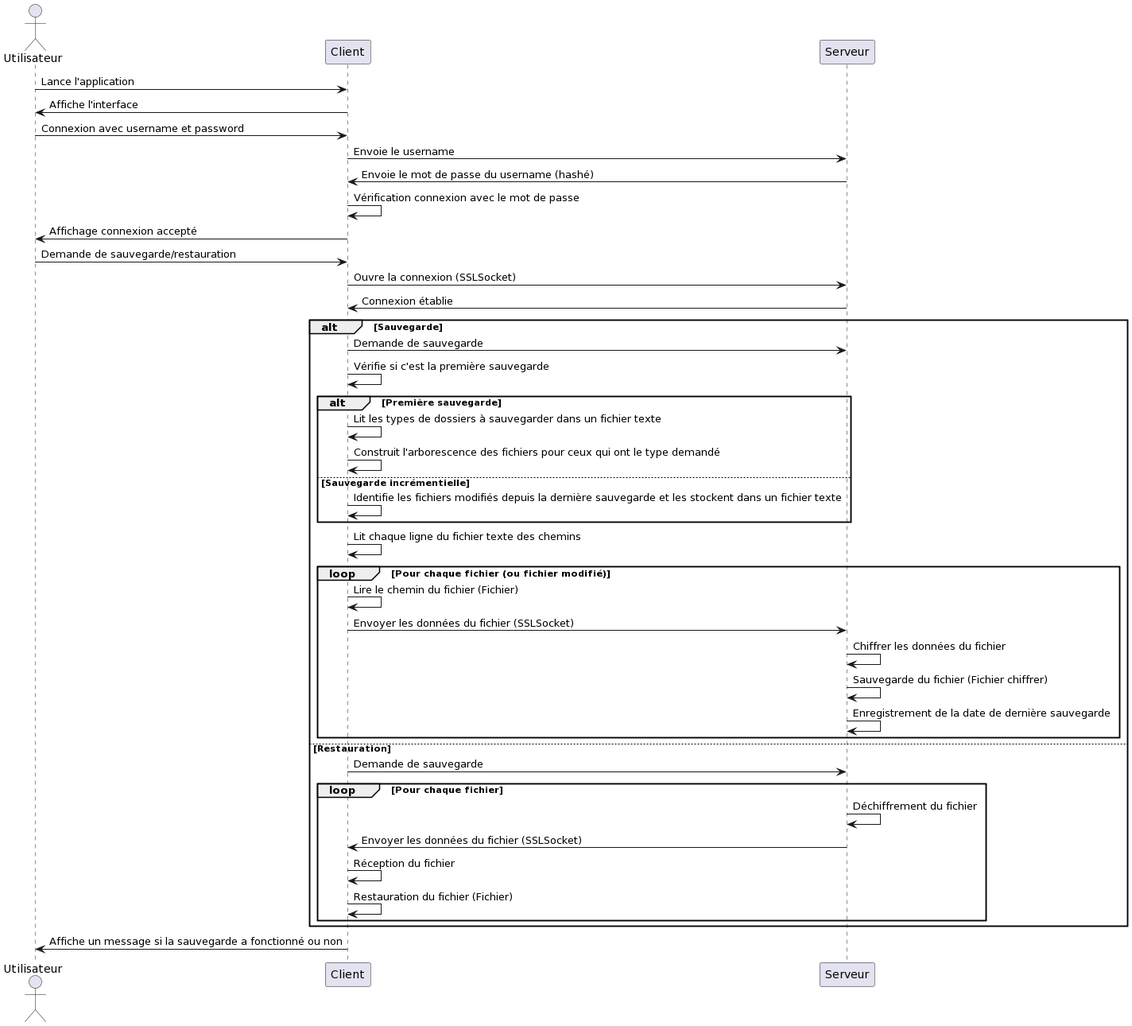
Earlier version of the PlantUML export diagramme_sequence.png (Skouuu/App_Sauvegarde_Serveur).
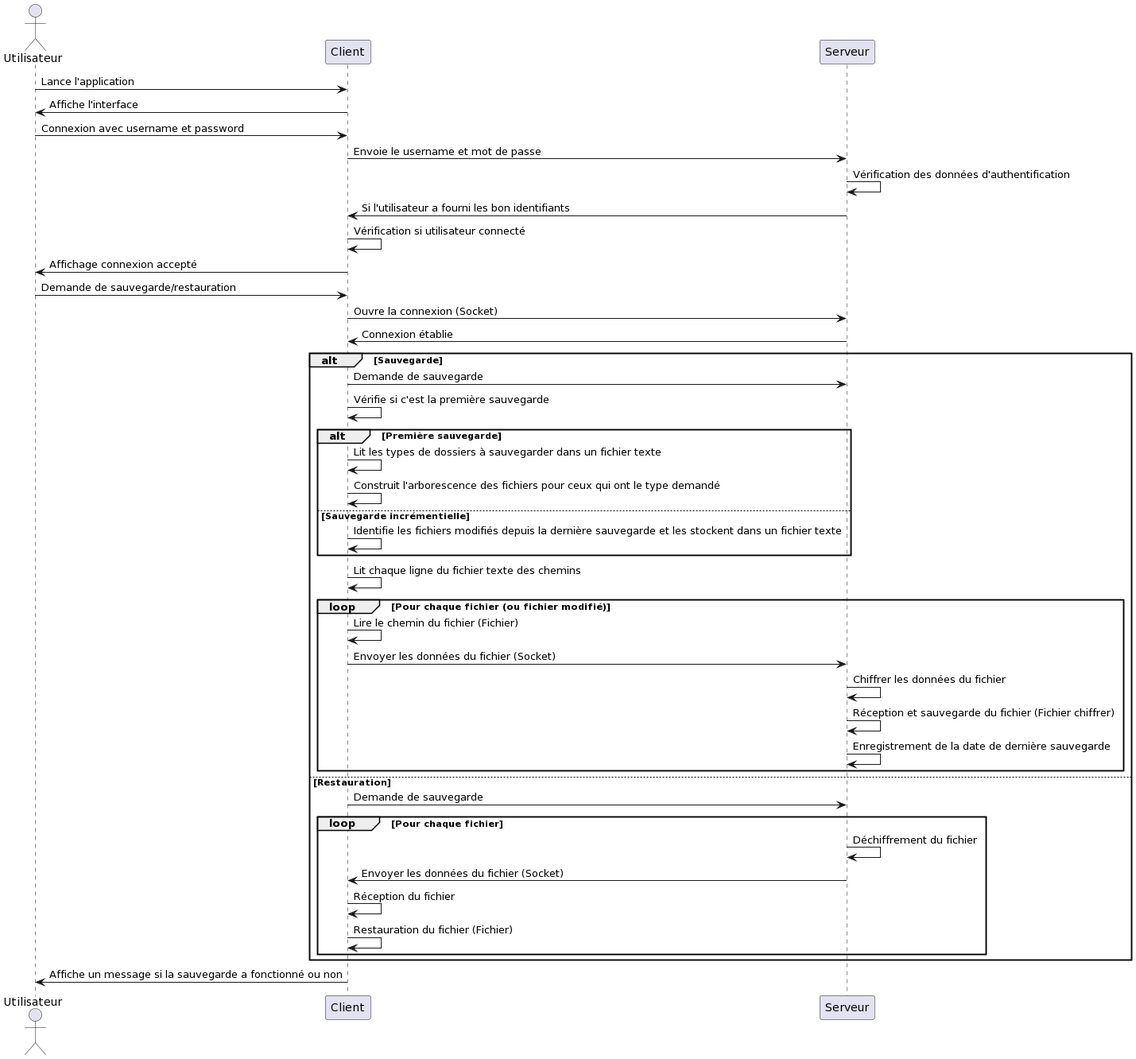
The same diagram one commit later.

What changed in the source:
```diff
@@ -6,12 +6,13 @@
 user -> client : Lance l'application
 client -> user : Affiche l'interface
 user -> client : Connexion avec username et password
-client -> server : Envoie le username
-server -> client : Envoie le mot de passe du username (hashé)
-client -> client : Vérification connexion avec le mot de passe
+client -> server : Envoie le username et mot de passe
+server -> server : Vérification des données d'authentification
+server -> client : Si l'utilisateur a fourni les bon identifiants
+client -> client : Vérification si utilisateur connecté
 client -> user : Affichage connexion accepté
 user -> client : Demande de sauvegarde/restauration
-client -> server : Ouvre la connexion (SSLSocket)
+client -> server : Ouvre la connexion (Socket)
 server -> client : Connexion établie
 alt Sauvegarde
     client -> server : Demande de sauvegarde
@@ -25,16 +26,16 @@
     client -> client : Lit chaque ligne du fichier texte des chemins
     loop Pour chaque fichier (ou fichier modifié)
         client -> client : Lire le chemin du fichier (Fichier)
-        client -> server : Envoyer les données du fichier (SSLSocket)
+        client -> server : Envoyer les données du fichier (Socket)
         server -> server : Chiffrer les données du fichier
-        server -> server : Sauvegarde du fichier (Fichier chiffrer)
+        server -> server : Réception et sauvegarde du fichier (Fichier chiffrer)
         server -> server : Enregistrement de la date de dernière sauvegarde
     end
 else Restauration
     client -> server : Demande de sauvegarde
     loop Pour chaque fichier
         server -> server : Déchiffrement du fichier
-        server -> client : Envoyer les données du fichier (SSLSocket)
+        server -> client : Envoyer les données du fichier (Socket)
         client -> client : Réception du fichier
         client -> client : Restauration du fichier (Fichier)
     end
```
